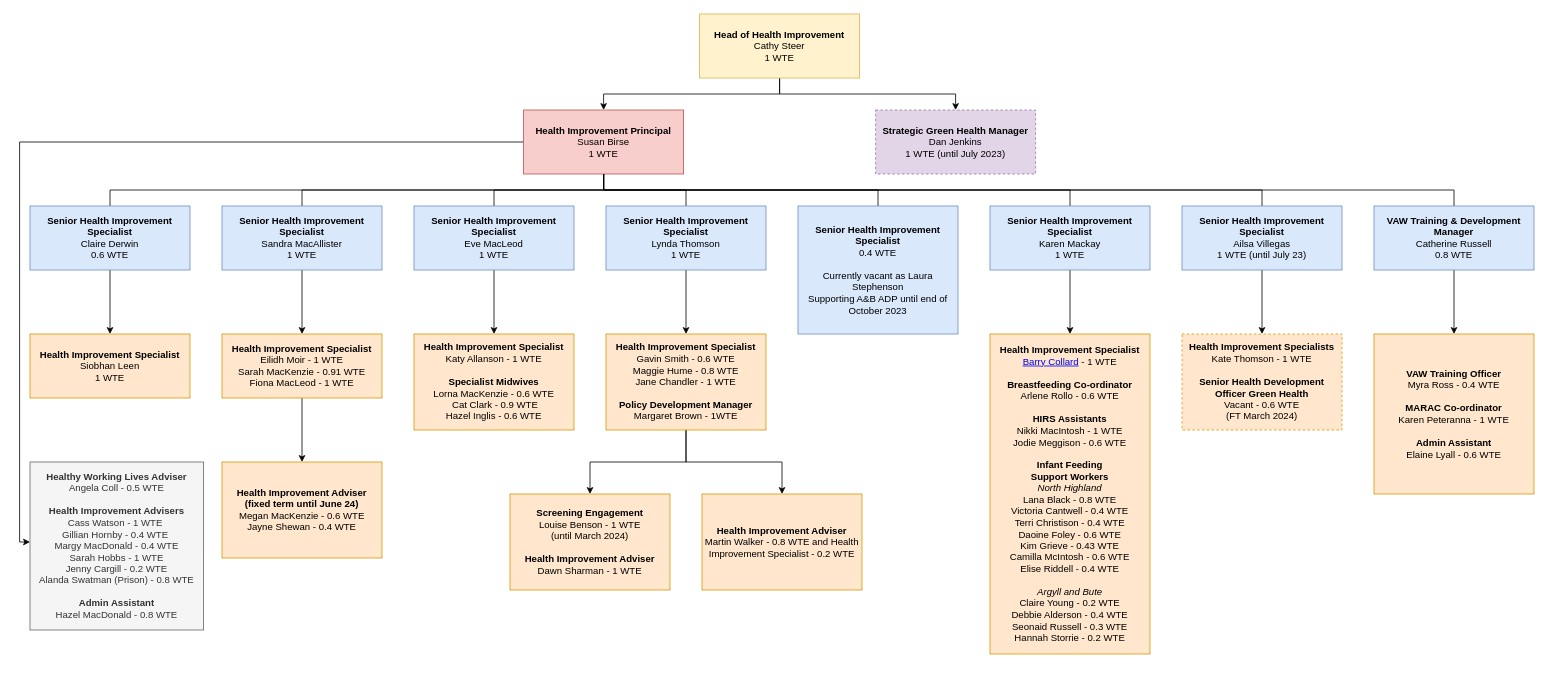
This is Untitled Diagram.drawio from barrycollard/staffOrgChart, a draw.io file, before an edit. Source tidied: cells renumbered, new cells numbered last; positions are measured from the earlier drawing's top-left corner, leaving out a move shared by most shapes. Both pictures are drawn from the tidied source at 80%, with x=0, y=0 at pixel (19, 14).
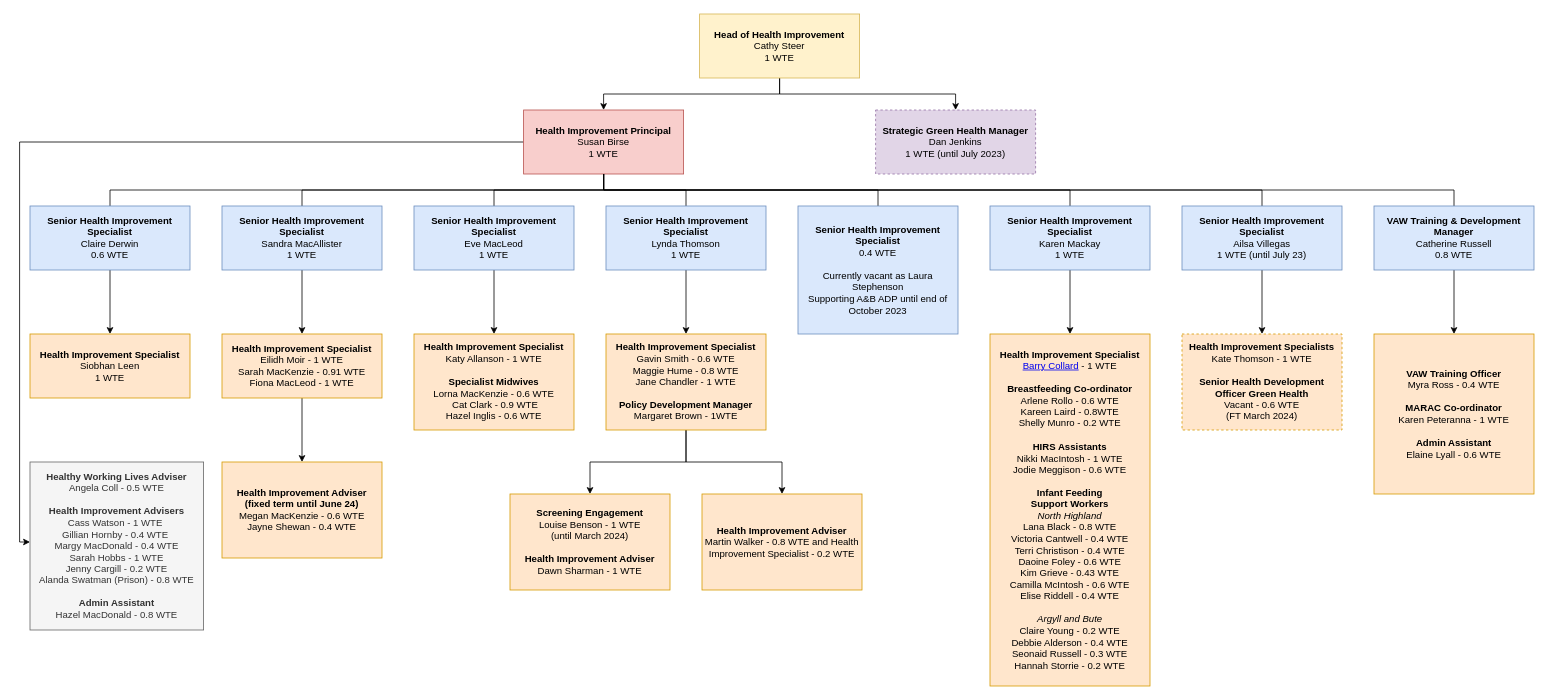
After the change.

Commit message:
Added two breastfeeding coordinators

The edit, as a diff of the source:
```diff
@@
-    <mxCell id="33" value="&lt;div&gt;&lt;b&gt;Health Improvement Specialist&lt;/b&gt;&lt;/div&gt;&lt;div&gt;&lt;a href=&quot;https://nhshighland.publichealth.scot.nhs.uk/staff/barry-collard/&quot;&gt;Barry Collard&lt;/a&gt; - 1 WTE&lt;/div&gt;&lt;div&gt;&lt;b&gt;&lt;br&gt;&lt;/b&gt;&lt;/div&gt;&lt;div&gt;&lt;b&gt;Breastfeeding Co-ordinator&lt;/b&gt;&lt;/div&gt;&lt;div&gt;Arlene Rollo - 0.6 WTE&lt;/div&gt;&lt;div&gt;&lt;b&gt;&lt;br&gt;&lt;/b&gt;&lt;/div&gt;&lt;div&gt;&lt;b&gt;HIRS Assistants&lt;/b&gt;&lt;/div&gt;&lt;div&gt;Nikki MacIntosh - 1 WTE&lt;/div&gt;&lt;div&gt;Jodie Meggison - 0.6 WTE&lt;/div&gt;&lt;div&gt;&lt;b&gt;&lt;br&gt;&lt;/b&gt;&lt;/div&gt;&lt;div&gt;&lt;b&gt;Infant Feeding&lt;br&gt;Support Workers&lt;/b&gt;&lt;/div&gt;&lt;div&gt;&lt;div style=&quot;&quot;&gt;&lt;i&gt;North Highland&lt;/i&gt;&lt;/div&gt;&lt;div style=&quot;&quot;&gt;Lana Black - 0.8 WTE&lt;/div&gt;&lt;div style=&quot;&quot;&gt;Victoria Cantwell - 0.4 WTE&lt;/div&gt;&lt;div style=&quot;&quot;&gt;Terri Christison - 0.4 WTE&lt;/div&gt;&lt;div style=&quot;&quot;&gt;Daoine Foley - 0.6 WTE&lt;/div&gt;&lt;div style=&quot;&quot;&gt;Kim Grieve - 0.43 WTE&lt;/div&gt;&lt;div style=&quot;&quot;&gt;Camilla McIntosh - 0.6 WTE&lt;/div&gt;&lt;div style=&quot;&quot;&gt;Elise Riddell - 0.4 WTE&lt;/div&gt;&lt;div style=&quot;&quot;&gt;&lt;br&gt;&lt;/div&gt;&lt;div style=&quot;&quot;&gt;&lt;i&gt;Argyll and Bute&lt;/i&gt;&lt;/div&gt;&lt;div style=&quot;&quot;&gt;Claire Young - 0.2 WTE&lt;/div&gt;&lt;div style=&quot;&quot;&gt;Debbie Alderson - 0.4 WTE&lt;/div&gt;&lt;div style=&quot;&quot;&gt;Seonaid Russell - 0.3 WTE&lt;/div&gt;&lt;div style=&quot;&quot;&gt;Hannah Storrie - 0.2 WTE&lt;/div&gt;&lt;/div&gt;" style="rounded=0;whiteSpace=wrap;html=1;fillColor=#ffe6cc;strokeColor=#d79b00;" parent="1" vertex="1">
-      <mxGeometry x="1213" y="400" width="200" height="400" as="geometry" />
+    <mxCell id="33" value="&lt;div&gt;&lt;b&gt;Health Improvement Specialist&lt;/b&gt;&lt;/div&gt;&lt;div&gt;&lt;a href=&quot;https://nhshighland.publichealth.scot.nhs.uk/staff/barry-collard/&quot;&gt;Barry Collard&lt;/a&gt; - 1 WTE&lt;/div&gt;&lt;div&gt;&lt;b&gt;&lt;br&gt;&lt;/b&gt;&lt;/div&gt;&lt;div&gt;&lt;b&gt;Breastfeeding Co-ordinator&lt;/b&gt;&lt;/div&gt;&lt;div&gt;Arlene Rollo - 0.6 WTE&lt;/div&gt;&lt;div&gt;&lt;div&gt;Kareen Laird - 0.8WTE&lt;/div&gt;&lt;div&gt;Shelly Munro - 0.2 WTE&lt;/div&gt;&lt;/div&gt;&lt;div&gt;&lt;b&gt;&lt;br&gt;&lt;/b&gt;&lt;/div&gt;&lt;div&gt;&lt;b&gt;HIRS Assistants&lt;/b&gt;&lt;/div&gt;&lt;div&gt;Nikki MacIntosh - 1 WTE&lt;/div&gt;&lt;div&gt;Jodie Meggison - 0.6 WTE&lt;/div&gt;&lt;div&gt;&lt;b&gt;&lt;br&gt;&lt;/b&gt;&lt;/div&gt;&lt;div&gt;&lt;b&gt;Infant Feeding&lt;br&gt;Support Workers&lt;/b&gt;&lt;/div&gt;&lt;div&gt;&lt;div style=&quot;&quot;&gt;&lt;i&gt;North Highland&lt;/i&gt;&lt;/div&gt;&lt;div style=&quot;&quot;&gt;Lana Black - 0.8 WTE&lt;/div&gt;&lt;div style=&quot;&quot;&gt;Victoria Cantwell - 0.4 WTE&lt;/div&gt;&lt;div style=&quot;&quot;&gt;Terri Christison - 0.4 WTE&lt;/div&gt;&lt;div style=&quot;&quot;&gt;Daoine Foley - 0.6 WTE&lt;/div&gt;&lt;div style=&quot;&quot;&gt;Kim Grieve - 0.43 WTE&lt;/div&gt;&lt;div style=&quot;&quot;&gt;Camilla McIntosh - 0.6 WTE&lt;/div&gt;&lt;div style=&quot;&quot;&gt;Elise Riddell - 0.4 WTE&lt;/div&gt;&lt;div style=&quot;&quot;&gt;&lt;br&gt;&lt;/div&gt;&lt;div style=&quot;&quot;&gt;&lt;i&gt;Argyll and Bute&lt;/i&gt;&lt;/div&gt;&lt;div style=&quot;&quot;&gt;Claire Young - 0.2 WTE&lt;/div&gt;&lt;div style=&quot;&quot;&gt;Debbie Alderson - 0.4 WTE&lt;/div&gt;&lt;div style=&quot;&quot;&gt;Seonaid Russell - 0.3 WTE&lt;/div&gt;&lt;div style=&quot;&quot;&gt;Hannah Storrie - 0.2 WTE&lt;/div&gt;&lt;/div&gt;" style="rounded=0;whiteSpace=wrap;html=1;fillColor=#ffe6cc;strokeColor=#d79b00;" parent="1" vertex="1">
+      <mxGeometry x="1213" y="400" width="200" height="440" as="geometry" />
     </mxCell>
```
